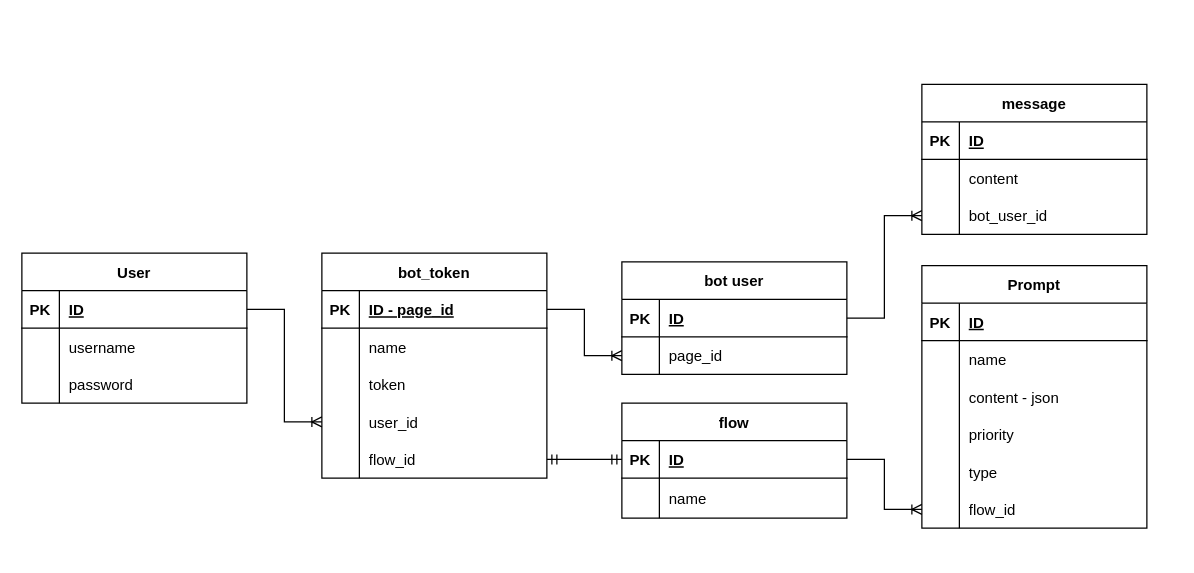
The draw.io diagram AI ERD.drawio in andrew-atef/andrew-atef, before the edit. Source tidied: cells renumbered, new cells numbered last; positions are measured from the earlier drawing's top-left corner, leaving out a move shared by most shapes. Both pictures are drawn from the tidied source at 125%, with x=0, y=0 at pixel (21, 84).
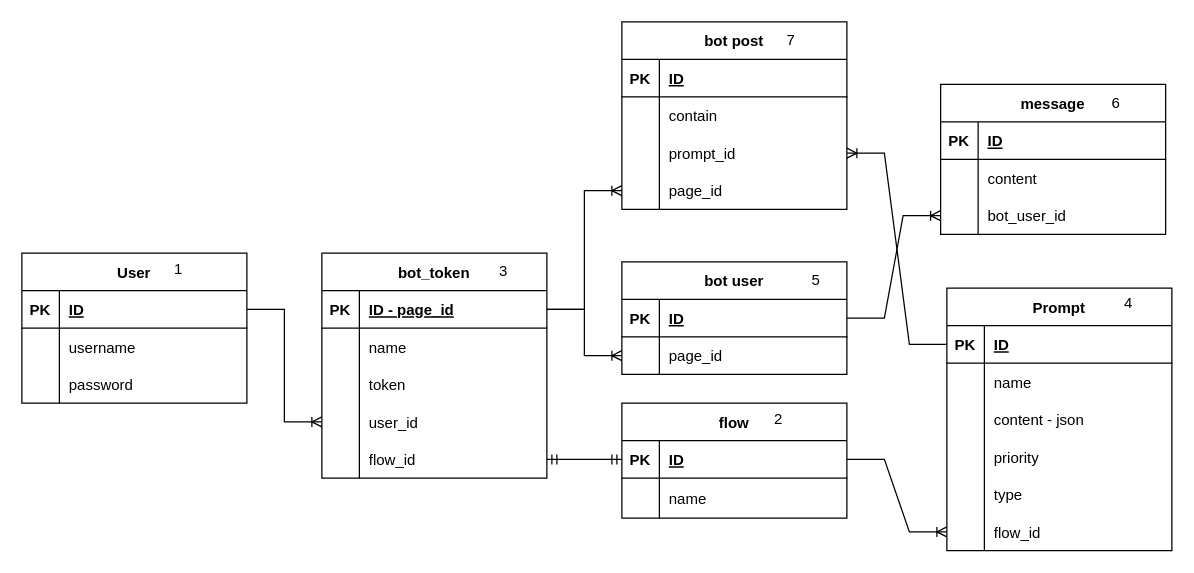
The same page after the edit.

Unchanged cells that the change refers to:
```xml
<mxCell id="13" style="shape=tableRow;horizontal=0;startSize=0;swimlaneHead=0;swimlaneBody=0;fillColor=none;points=[[0,0.5],[1,0.5]];portConstraint=eastwest;top=0;left=0;right=0;bottom=1;" parent="12" vertex="1">
  <mxGeometry y="30" width="180" height="30" as="geometry" />
</mxCell>
<mxCell id="40" style="shape=tableRow;horizontal=0;startSize=0;swimlaneHead=0;swimlaneBody=0;fillColor=none;points=[[0,0.5],[1,0.5]];portConstraint=eastwest;top=0;left=0;right=0;bottom=1;" parent="39" vertex="1">
  <mxGeometry y="30" width="180" height="30" as="geometry" />
</mxCell>
```

Diff of the diagram source:
```diff
@@
     <mxCell id="12" value="Prompt" style="shape=table;startSize=30;childLayout=tableLayout;rowLines=0;fontStyle=1;align=center;" parent="1" vertex="1">
-      <mxGeometry x="720" y="145" width="180" height="210" as="geometry" />
+      <mxGeometry x="740" y="163" width="180" height="210" as="geometry" />
     </mxCell>
@@
     <mxCell id="64" value="message" style="shape=table;startSize=30;childLayout=tableLayout;rowLines=0;fontStyle=1;align=center;" parent="1" vertex="1">
-      <mxGeometry x="720" width="180" height="120" as="geometry" />
+      <mxGeometry x="735" width="180" height="120" as="geometry" />
     </mxCell>
@@
+    <mxCell id="76" value="bot post" style="shape=table;startSize=30;childLayout=tableLayout;rowLines=0;fontStyle=1;align=center;" parent="1" vertex="1">
+      <mxGeometry x="480" y="-50" width="180" height="150" as="geometry" />
+    </mxCell>
+    <mxCell id="77" style="shape=tableRow;horizontal=0;startSize=0;swimlaneHead=0;swimlaneBody=0;fillColor=none;top=0;left=0;right=0;bottom=1;" parent="76" vertex="1">
+      <mxGeometry y="30" width="180" height="30" as="geometry" />
+    </mxCell>
+    <mxCell id="78" value="PK" style="shape=partialRectangle;fillColor=none;top=0;left=0;bottom=0;right=0;fontStyle=1;overflow=hidden;" parent="77" vertex="1">
+      <mxGeometry width="30" height="30" as="geometry" />
+    </mxCell>
+    <mxCell id="79" value="ID" style="shape=partialRectangle;fillColor=none;top=0;left=0;bottom=0;right=0;align=left;spacingLeft=6;fontStyle=5;overflow=hidden;" parent="77" vertex="1">
+      <mxGeometry x="30" width="150" height="30" as="geometry" />
+    </mxCell>
+    <mxCell id="80" style="shape=tableRow;horizontal=0;startSize=0;swimlaneHead=0;swimlaneBody=0;fillColor=none;top=0;left=0;right=0;bottom=0;" parent="76" vertex="1">
+      <mxGeometry y="60" width="180" height="30" as="geometry" />
+    </mxCell>
+    <mxCell id="81" style="shape=partialRectangle;fillColor=none;top=0;left=0;bottom=0;right=0;overflow=hidden;" parent="80" vertex="1">
+      <mxGeometry width="30" height="30" as="geometry" />
+    </mxCell>
+    <mxCell id="82" value="contain" style="shape=partialRectangle;fillColor=none;top=0;left=0;bottom=0;right=0;align=left;spacingLeft=6;overflow=hidden;" parent="80" vertex="1">
+      <mxGeometry x="30" width="150" height="30" as="geometry" />
+    </mxCell>
+    <mxCell id="83" style="shape=tableRow;horizontal=0;startSize=0;swimlaneHead=0;swimlaneBody=0;fillColor=none;points=[[0,0.5],[1,0.5]];portConstraint=eastwest;top=0;left=0;right=0;bottom=0;" parent="76" vertex="1">
+      <mxGeometry y="90" width="180" height="30" as="geometry" />
+    </mxCell>
+    <mxCell id="84" style="shape=partialRectangle;fillColor=none;top=0;left=0;bottom=0;right=0;overflow=hidden;" parent="83" vertex="1">
+      <mxGeometry width="30" height="30" as="geometry" />
+    </mxCell>
+    <mxCell id="85" value="prompt_id" style="shape=partialRectangle;fillColor=none;top=0;left=0;bottom=0;right=0;align=left;spacingLeft=6;overflow=hidden;" parent="83" vertex="1">
+      <mxGeometry x="30" width="150" height="30" as="geometry" />
+    </mxCell>
+    <mxCell id="86" style="shape=tableRow;horizontal=0;startSize=0;swimlaneHead=0;swimlaneBody=0;fillColor=none;points=[[0,0.5],[1,0.5]];portConstraint=eastwest;top=0;left=0;right=0;bottom=0;" parent="76" vertex="1">
+      <mxGeometry y="120" width="180" height="30" as="geometry" />
+    </mxCell>
+    <mxCell id="87" style="shape=partialRectangle;fillColor=none;top=0;left=0;bottom=0;right=0;overflow=hidden;" parent="86" vertex="1">
+      <mxGeometry width="30" height="30" as="geometry" />
+    </mxCell>
+    <mxCell id="88" value="page_id" style="shape=partialRectangle;fillColor=none;top=0;left=0;bottom=0;right=0;align=left;spacingLeft=6;overflow=hidden;" parent="86" vertex="1">
+      <mxGeometry x="30" width="150" height="30" as="geometry" />
+    </mxCell>
+    <mxCell id="89" style="edgeStyle=entityRelationEdgeStyle;fontSize=12;html=1;endArrow=ERoneToMany;rounded=0;exitX=1;exitY=0.5;exitDx=0;exitDy=0;entryX=0;entryY=0.5;entryDx=0;entryDy=0;" parent="1" edge="1" source="40" target="86">
+      <mxGeometry relative="1" as="geometry" />
+    </mxCell>
+    <mxCell id="90" style="edgeStyle=entityRelationEdgeStyle;fontSize=12;html=1;endArrow=ERoneToMany;rounded=0;exitX=0;exitY=0.5;exitDx=0;exitDy=0;entryX=1;entryY=0.5;entryDx=0;entryDy=0;" parent="1" edge="1" source="13" target="83">
+      <mxGeometry relative="1" as="geometry" />
+    </mxCell>
+    <mxCell id="91" value="1" style="text;html=1;align=center;verticalAlign=middle;strokeColor=none;fillColor=none;" parent="1" vertex="1">
+      <mxGeometry x="110" y="133" width="30" height="30" as="geometry" />
+    </mxCell>
+    <mxCell id="92" value="2" style="text;html=1;align=center;verticalAlign=middle;strokeColor=none;fillColor=none;" parent="1" vertex="1">
+      <mxGeometry x="590" y="253" width="30" height="30" as="geometry" />
+    </mxCell>
+    <mxCell id="93" value="3" style="text;html=1;align=center;verticalAlign=middle;strokeColor=none;fillColor=none;" parent="1" vertex="1">
+      <mxGeometry x="370" y="135" width="30" height="30" as="geometry" />
+    </mxCell>
+    <mxCell id="94" value="4" style="text;html=1;align=center;verticalAlign=middle;strokeColor=none;fillColor=none;" parent="1" vertex="1">
+      <mxGeometry x="870" y="160" width="30" height="30" as="geometry" />
+    </mxCell>
+    <mxCell id="95" value="5" style="text;html=1;align=center;verticalAlign=middle;strokeColor=none;fillColor=none;" parent="1" vertex="1">
+      <mxGeometry x="620" y="142" width="30" height="30" as="geometry" />
+    </mxCell>
+    <mxCell id="96" value="6" style="text;html=1;align=center;verticalAlign=middle;strokeColor=none;fillColor=none;" parent="1" vertex="1">
+      <mxGeometry x="860" width="30" height="30" as="geometry" />
+    </mxCell>
+    <mxCell id="97" value="7" style="text;html=1;align=center;verticalAlign=middle;strokeColor=none;fillColor=none;" parent="1" vertex="1">
+      <mxGeometry x="600" y="-50" width="30" height="30" as="geometry" />
+    </mxCell>
```
